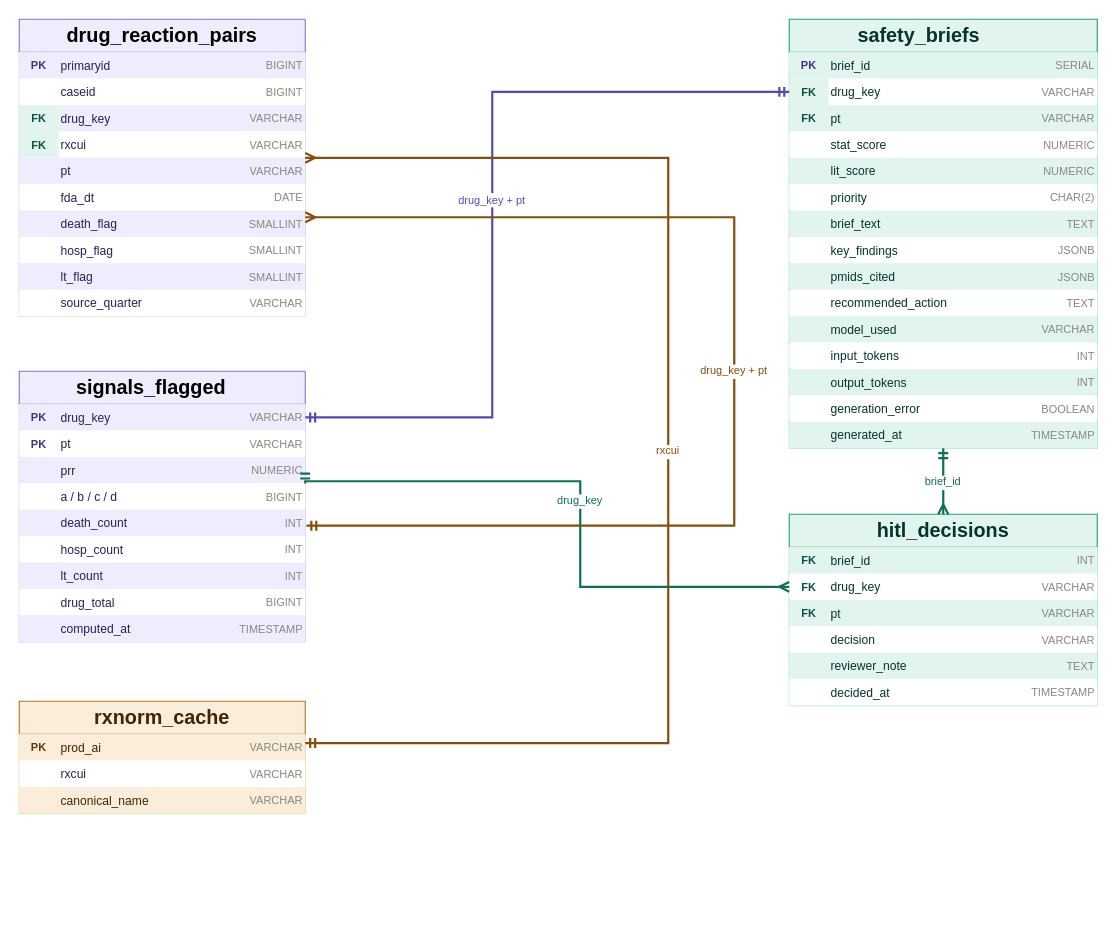
This is data/erd/MedSignal ERD.drawio from BigDataIA-Sat-Spring26-Team-2/Medsignal_Team2, a draw.io file, before an edit. Source tidied: cells renumbered, new cells numbered last; positions are measured from the earlier drawing's top-left corner, leaving out a move shared by most shapes. Both pictures are drawn from the tidied source at 110%, with x=0, y=0 at pixel (19, 19).
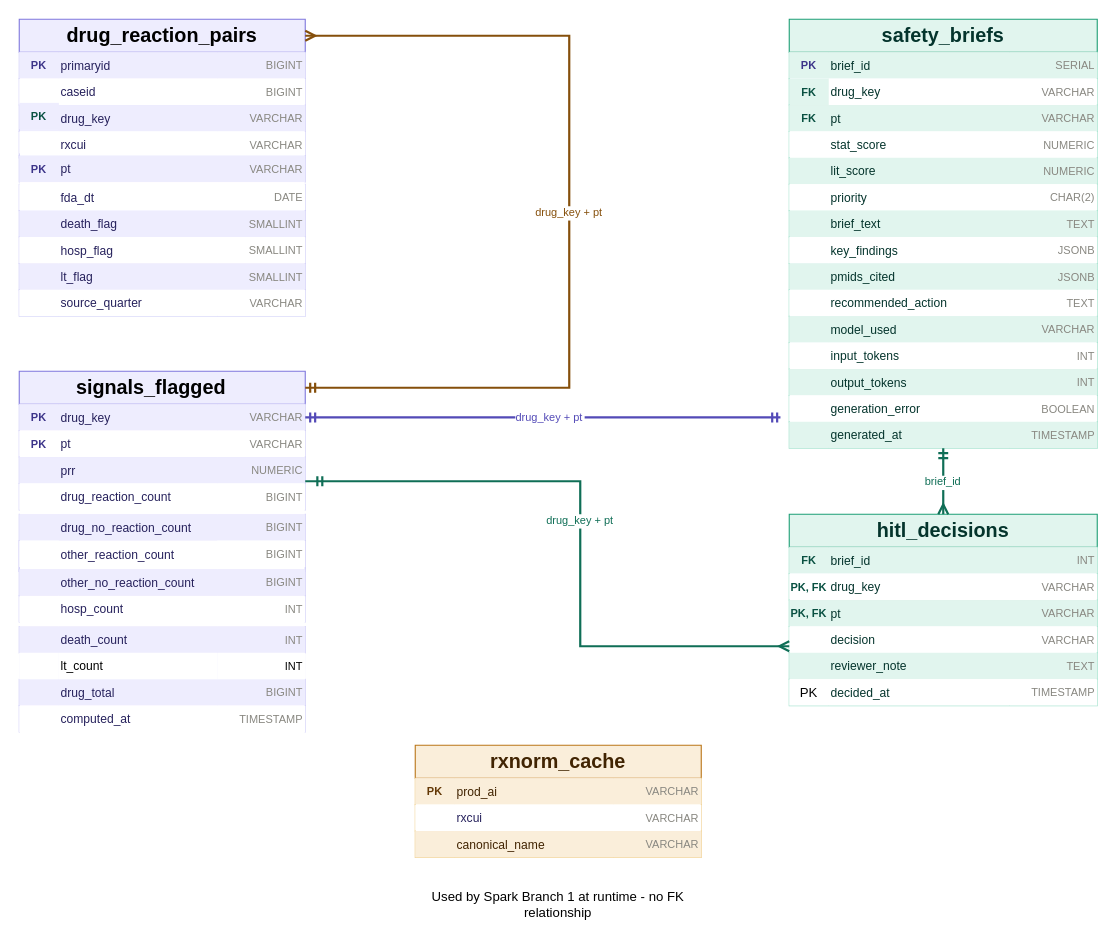
After the change.

The change refers to these unchanged cells:
```xml
<mxCell id="2" style="shape=tableRow;horizontal=0;startSize=0;swimlaneHead=1;swimlaneBody=0;fillColor=#EEEDFE;strokeColor=#7F77DD;fontStyle=1;align=center;fontColor=#26215C;fontSize=12;top=1;left=1;right=1;bottom=1;" parent="1" vertex="1">
  <mxGeometry width="260" height="30" as="geometry" />
</mxCell>
<mxCell id="12" style="shape=tableRow;horizontal=0;startSize=0;swimlaneHead=0;swimlaneBody=0;fillColor=#EEEDFE;strokeColor=#d0cef7;align=left;fontColor=#26215C;fontSize=11;top=0;left=1;right=1;bottom=0;" parent="1" vertex="1">
  <mxGeometry y="78" width="260" height="24" as="geometry" />
</mxCell>
<mxCell id="16" style="shape=tableRow;horizontal=0;startSize=0;swimlaneHead=0;swimlaneBody=0;fillColor=#ffffff;strokeColor=#d0cef7;align=left;fontColor=#26215C;fontSize=11;top=0;left=1;right=1;bottom=0;" parent="1" vertex="1">
  <mxGeometry y="102" width="260" height="24" as="geometry" />
</mxCell>
<mxCell id="44" style="shape=tableRow;horizontal=0;startSize=0;swimlaneHead=1;swimlaneBody=0;fillColor=#EEEDFE;strokeColor=#7F77DD;fontStyle=1;align=center;fontColor=#26215C;fontSize=12;top=1;left=1;right=1;bottom=1;" parent="1" vertex="1">
  <mxGeometry y="320" width="260" height="30" as="geometry" />
</mxCell>
<mxCell id="46" style="shape=tableRow;horizontal=0;startSize=0;swimlaneHead=0;swimlaneBody=0;fillColor=#EEEDFE;strokeColor=#d0cef7;top=0;left=1;right=1;bottom=0;" parent="1" vertex="1">
  <mxGeometry y="350" width="260" height="24" as="geometry" />
</mxCell>
<mxCell id="58" style="shape=tableRow;horizontal=0;startSize=0;swimlaneHead=0;swimlaneBody=0;fillColor=#ffffff;strokeColor=#d0cef7;top=0;left=1;right=1;bottom=0;" parent="1" vertex="1">
  <mxGeometry y="422" width="260" height="24" as="geometry" />
</mxCell>
<mxCell id="96" style="shape=tableRow;horizontal=0;startSize=0;swimlaneHead=1;swimlaneBody=0;fillColor=#E1F5EE;strokeColor=#1D9E75;fontStyle=1;align=center;fontColor=#04342C;fontSize=12;top=1;left=1;right=1;bottom=1;" parent="1" vertex="1">
  <mxGeometry x="700" width="280" height="30" as="geometry" />
</mxCell>
<mxCell id="102" style="shape=tableRow;horizontal=0;startSize=0;swimlaneHead=0;swimlaneBody=0;fillColor=#ffffff;strokeColor=#9FE1CB;top=0;left=1;right=1;bottom=0;" parent="1" vertex="1">
  <mxGeometry x="700" y="54" width="280" height="24" as="geometry" />
</mxCell>
<mxCell id="164" style="shape=tableRow;horizontal=0;startSize=0;swimlaneHead=0;swimlaneBody=0;fillColor=#ffffff;strokeColor=#9FE1CB;top=0;left=1;right=1;bottom=0;" parent="1" vertex="1">
  <mxGeometry x="700" y="504" width="280" height="24" as="geometry" />
</mxCell>
<mxCell id="168" style="shape=tableRow;horizontal=0;startSize=0;swimlaneHead=0;swimlaneBody=0;fillColor=#E1F5EE;strokeColor=#9FE1CB;top=0;left=1;right=1;bottom=0;" parent="1" vertex="1">
  <mxGeometry x="700" y="528" width="280" height="24" as="geometry" />
</mxCell>
<mxCell id="180" style="shape=tableRow;horizontal=0;startSize=0;swimlaneHead=0;swimlaneBody=0;fillColor=#ffffff;strokeColor=#9FE1CB;top=0;left=1;right=1;bottom=1;" parent="1" vertex="1">
  <mxGeometry x="700" y="600" width="280" height="24" as="geometry" />
</mxCell>
```

The edit, as a diff of the source:
```diff
@@
-<mxGraphModel>
+<mxGraphModel background="#ffffff">
@@
-    <mxCell id="13" value="FK" style="shape=partialRectangle;overflow=hidden;fillColor=#E1F5EE;strokeColor=none;fontStyle=1;fontSize=10;fontColor=#085041;align=center;" parent="12" vertex="1">
-      <mxGeometry width="36" height="24" as="geometry" />
+    <mxCell id="13" value="PK" style="shape=partialRectangle;overflow=hidden;fillColor=light-dark(#eeedfe, #11231d);strokeColor=none;fontStyle=1;fontSize=10;fontColor=#085041;align=center;labelBackgroundColor=none;" parent="12" vertex="1">
+      <mxGeometry y="-2" width="36" height="24" as="geometry" />
     </mxCell>
@@
-    <mxCell id="17" value="FK" style="shape=partialRectangle;overflow=hidden;fillColor=#E1F5EE;strokeColor=none;fontStyle=1;fontSize=10;fontColor=#085041;align=center;" parent="16" vertex="1">
-      <mxGeometry width="36" height="24" as="geometry" />
+    <mxCell id="17" style="shape=partialRectangle;overflow=hidden;fontStyle=1;fontSize=10;align=center;strokeColor=none;" parent="16" vertex="1">
+      <mxGeometry width="36" height="20" as="geometry" />
     </mxCell>
@@
-    <mxCell id="20" style="shape=tableRow;horizontal=0;startSize=0;swimlaneHead=0;swimlaneBody=0;fillColor=#EEEDFE;strokeColor=#d0cef7;align=left;top=0;left=1;right=1;bottom=0;" parent="1" vertex="1">
-      <mxGeometry y="126" width="260" height="24" as="geometry" />
-    </mxCell>
-    <mxCell id="21" style="shape=partialRectangle;overflow=hidden;fillColor=#EEEDFE;strokeColor=none;align=center;" parent="20" vertex="1">
-      <mxGeometry width="36" height="24" as="geometry" />
-    </mxCell>
-    <mxCell id="22" value="pt" style="shape=partialRectangle;overflow=hidden;fillColor=#EEEDFE;strokeColor=none;fontSize=11;fontColor=#26215C;align=left;" parent="20" vertex="1">
-      <mxGeometry x="36" width="144" height="24" as="geometry" />
-    </mxCell>
-    <mxCell id="23" value="VARCHAR" style="shape=partialRectangle;overflow=hidden;fillColor=#EEEDFE;strokeColor=none;fontSize=10;fontColor=#888780;align=right;" parent="20" vertex="1">
-      <mxGeometry x="180" width="80" height="24" as="geometry" />
-    </mxCell>
@@
-    <mxCell id="60" value="a / b / c / d" style="shape=partialRectangle;overflow=hidden;fillColor=#ffffff;strokeColor=none;fontSize=11;fontColor=#26215C;align=left;" parent="58" vertex="1">
+    <mxCell id="60" value="drug_reaction_count" style="shape=partialRectangle;overflow=hidden;fillColor=#ffffff;strokeColor=none;fontSize=11;fontColor=#26215C;align=left;" parent="58" vertex="1">
       <mxGeometry x="36" width="144" height="24" as="geometry" />
     </mxCell>
@@
     <mxCell id="62" style="shape=tableRow;horizontal=0;startSize=0;swimlaneHead=0;swimlaneBody=0;fillColor=#EEEDFE;strokeColor=#d0cef7;top=0;left=1;right=1;bottom=0;" parent="1" vertex="1">
-      <mxGeometry y="446" width="260" height="24" as="geometry" />
+      <mxGeometry y="552" width="260" height="24" as="geometry" />
     </mxCell>
@@
     <mxCell id="66" style="shape=tableRow;horizontal=0;startSize=0;swimlaneHead=0;swimlaneBody=0;fillColor=#ffffff;strokeColor=#d0cef7;top=0;left=1;right=1;bottom=0;" parent="1" vertex="1">
-      <mxGeometry y="470" width="260" height="24" as="geometry" />
+      <mxGeometry y="524" width="260" height="24" as="geometry" />
     </mxCell>
@@
     <mxCell id="70" style="shape=tableRow;horizontal=0;startSize=0;swimlaneHead=0;swimlaneBody=0;fillColor=#EEEDFE;strokeColor=#d0cef7;top=0;left=1;right=1;bottom=0;" parent="1" vertex="1">
-      <mxGeometry y="494" width="260" height="24" as="geometry" />
+      <mxGeometry y="600" width="260" height="24" as="geometry" />
     </mxCell>
@@
-    <mxCell id="72" value="lt_count" style="shape=partialRectangle;overflow=hidden;fillColor=#EEEDFE;strokeColor=none;fontSize=11;fontColor=#26215C;align=left;" parent="70" vertex="1">
+    <mxCell id="72" value="drug_total" style="shape=partialRectangle;overflow=hidden;fillColor=#EEEDFE;strokeColor=none;fontSize=11;fontColor=#26215C;align=left;" parent="70" vertex="1">
       <mxGeometry x="36" width="144" height="24" as="geometry" />
     </mxCell>
-    <mxCell id="73" value="INT" style="shape=partialRectangle;overflow=hidden;fillColor=#EEEDFE;strokeColor=none;fontSize=10;fontColor=#888780;align=right;" parent="70" vertex="1">
+    <mxCell id="73" value="BIGINT" style="shape=partialRectangle;overflow=hidden;fillColor=#EEEDFE;strokeColor=none;fontSize=10;fontColor=#888780;align=right;" parent="70" vertex="1">
       <mxGeometry x="180" width="80" height="24" as="geometry" />
     </mxCell>
     <mxCell id="74" style="shape=tableRow;horizontal=0;startSize=0;swimlaneHead=0;swimlaneBody=0;fillColor=#ffffff;strokeColor=#d0cef7;top=0;left=1;right=1;bottom=0;" parent="1" vertex="1">
-      <mxGeometry y="518" width="260" height="24" as="geometry" />
+      <mxGeometry y="624" width="260" height="24" as="geometry" />
     </mxCell>
@@
-    <mxCell id="76" value="drug_total" style="shape=partialRectangle;overflow=hidden;fillColor=#ffffff;strokeColor=none;fontSize=11;fontColor=#26215C;align=left;" parent="74" vertex="1">
+    <mxCell id="76" value="computed_at" style="shape=partialRectangle;overflow=hidden;fillColor=#ffffff;strokeColor=none;fontSize=11;fontColor=#26215C;align=left;" parent="74" vertex="1">
       <mxGeometry x="36" width="144" height="24" as="geometry" />
     </mxCell>
-    <mxCell id="77" value="BIGINT" style="shape=partialRectangle;overflow=hidden;fillColor=#ffffff;strokeColor=none;fontSize=10;fontColor=#888780;align=right;" parent="74" vertex="1">
+    <mxCell id="77" value="TIMESTAMP" style="shape=partialRectangle;overflow=hidden;fillColor=#ffffff;strokeColor=none;fontSize=10;fontColor=#888780;align=right;" parent="74" vertex="1">
       <mxGeometry x="180" width="80" height="24" as="geometry" />
     </mxCell>
-    <mxCell id="78" style="shape=tableRow;horizontal=0;startSize=0;swimlaneHead=0;swimlaneBody=0;fillColor=#EEEDFE;strokeColor=#d0cef7;top=0;left=1;right=1;bottom=1;" parent="1" vertex="1">
-      <mxGeometry y="542" width="260" height="24" as="geometry" />
-    </mxCell>
-    <mxCell id="79" style="shape=partialRectangle;overflow=hidden;fillColor=#EEEDFE;strokeColor=none;" parent="78" vertex="1">
-      <mxGeometry width="36" height="24" as="geometry" />
-    </mxCell>
-    <mxCell id="80" value="computed_at" style="shape=partialRectangle;overflow=hidden;fillColor=#EEEDFE;strokeColor=none;fontSize=11;fontColor=#26215C;align=left;" parent="78" vertex="1">
-      <mxGeometry x="36" width="144" height="24" as="geometry" />
-    </mxCell>
-    <mxCell id="81" value="TIMESTAMP" style="shape=partialRectangle;overflow=hidden;fillColor=#EEEDFE;strokeColor=none;fontSize=10;fontColor=#888780;align=right;" parent="78" vertex="1">
-      <mxGeometry x="180" width="80" height="24" as="geometry" />
-    </mxCell>
     <mxCell id="82" style="shape=tableRow;horizontal=0;startSize=0;swimlaneHead=1;swimlaneBody=0;fillColor=#FAEEDA;strokeColor=#BA7517;fontStyle=1;align=center;fontColor=#412402;fontSize=12;top=1;left=1;right=1;bottom=1;" parent="1" vertex="1">
-      <mxGeometry y="620" width="260" height="30" as="geometry" />
+      <mxGeometry x="360" y="660" width="260" height="30" as="geometry" />
     </mxCell>
@@
     <mxCell id="84" style="shape=tableRow;horizontal=0;startSize=0;swimlaneHead=0;swimlaneBody=0;fillColor=#FAEEDA;strokeColor=#f0d090;top=0;left=1;right=1;bottom=0;" parent="1" vertex="1">
-      <mxGeometry y="650" width="260" height="24" as="geometry" />
+      <mxGeometry x="360" y="690" width="260" height="24" as="geometry" />
     </mxCell>
@@
     <mxCell id="88" style="shape=tableRow;horizontal=0;startSize=0;swimlaneHead=0;swimlaneBody=0;fillColor=#ffffff;strokeColor=#f0d090;top=0;left=1;right=1;bottom=0;" parent="1" vertex="1">
-      <mxGeometry y="674" width="260" height="24" as="geometry" />
+      <mxGeometry x="360" y="714" width="260" height="24" as="geometry" />
     </mxCell>
@@
     <mxCell id="92" style="shape=tableRow;horizontal=0;startSize=0;swimlaneHead=0;swimlaneBody=0;fillColor=#FAEEDA;strokeColor=#f0d090;top=0;left=1;right=1;bottom=1;" parent="1" vertex="1">
-      <mxGeometry y="698" width="260" height="24" as="geometry" />
+      <mxGeometry x="360" y="738" width="260" height="24" as="geometry" />
     </mxCell>
@@
     <mxCell id="97" value="&lt;span style=&quot;color: rgb(4, 52, 44); text-wrap-mode: nowrap;&quot;&gt;&lt;b&gt;&lt;font style=&quot;font-size: 18px;&quot;&gt;safety_briefs&lt;/font&gt;&lt;/b&gt;&lt;/span&gt;" style="text;html=1;whiteSpace=wrap;strokeColor=none;fillColor=none;align=center;verticalAlign=middle;rounded=0;" parent="96" vertex="1">
-      <mxGeometry x="88" width="60" height="30" as="geometry" />
+      <mxGeometry x="110" width="60" height="30" as="geometry" />
     </mxCell>
@@
-    <mxCell id="165" value="FK" style="shape=partialRectangle;overflow=hidden;fillColor=#ffffff;strokeColor=none;fontStyle=1;fontSize=10;fontColor=#085041;align=center;" parent="164" vertex="1">
+    <mxCell id="165" value="PK, FK" style="shape=partialRectangle;overflow=hidden;fillColor=#ffffff;strokeColor=none;fontStyle=1;fontSize=10;fontColor=#085041;align=center;" parent="164" vertex="1">
       <mxGeometry width="36" height="24" as="geometry" />
     </mxCell>
@@
-    <mxCell id="169" value="FK" style="shape=partialRectangle;overflow=hidden;fillColor=#E1F5EE;strokeColor=none;fontStyle=1;fontSize=10;fontColor=#085041;align=center;" parent="168" vertex="1">
+    <mxCell id="169" value="PK, FK" style="shape=partialRectangle;overflow=hidden;fillColor=#E1F5EE;strokeColor=none;fontStyle=1;fontSize=10;fontColor=#085041;align=center;" parent="168" vertex="1">
       <mxGeometry width="36" height="24" as="geometry" />
     </mxCell>
@@
-    <mxCell id="181" style="shape=partialRectangle;overflow=hidden;fillColor=#ffffff;strokeColor=none;" parent="180" vertex="1">
+    <mxCell id="181" value="PK" style="shape=partialRectangle;overflow=hidden;fillColor=#ffffff;strokeColor=none;" parent="180" vertex="1">
       <mxGeometry width="36" height="24" as="geometry" />
     </mxCell>
@@
-    <mxCell id="184" value="drug_key + pt" style="edgeStyle=orthogonalEdgeStyle;rounded=0;jettySize=auto;exitX=1;exitY=0.5;exitDx=0;exitDy=0;entryX=0;entryY=0.5;entryDx=0;entryDy=0;strokeColor=#534AB7;strokeWidth=2;fontColor=#534AB7;fontSize=10;endArrow=ERmandOne;endFill=0;startArrow=ERmandOne;startFill=0;" parent="1" edge="1" source="46" target="102">
+    <mxCell id="184" value="drug_key + pt" style="edgeStyle=orthogonalEdgeStyle;rounded=0;jettySize=auto;exitX=1;exitY=0.5;exitDx=0;exitDy=0;strokeColor=#534AB7;strokeWidth=2;fontColor=#534AB7;fontSize=10;endArrow=ERmandOne;endFill=0;startArrow=ERmandOne;startFill=0;" parent="1" edge="1" source="46">
       <mxGeometry relative="1" as="geometry">
+        <mxPoint x="680" y="362" as="targetPoint" />
         <Array as="points">
-          <mxPoint x="430" y="362" />
-          <mxPoint x="430" y="66" />
+          <mxPoint x="692" y="362" />
         </Array>
       </mxGeometry>
     </mxCell>
@@
-    <mxCell id="186" value="rxcui" style="edgeStyle=orthogonalEdgeStyle;rounded=0;orthogonalLoop=1;jettySize=auto;entryX=1;entryY=0;entryDx=0;entryDy=0;strokeColor=#854F0B;strokeWidth=2;fontColor=#854F0B;fontSize=10;endArrow=ERmany;endFill=0;startArrow=ERmandOne;startFill=0;" parent="1" edge="1">
-      <mxGeometry relative="1" as="geometry">
-        <mxPoint x="260" y="658" as="sourcePoint" />
-        <mxPoint x="260" y="126" as="targetPoint" />
-        <Array as="points">
-          <mxPoint x="590" y="658" />
-          <mxPoint x="590" y="126" />
-        </Array>
-      </mxGeometry>
-    </mxCell>
-    <mxCell id="187" value="drug_key" style="edgeStyle=orthogonalEdgeStyle;rounded=0;jettySize=auto;exitX=1;exitY=0;exitDx=0;exitDy=0;entryX=0;entryY=0.5;entryDx=0;entryDy=0;strokeColor=#0F6E56;strokeWidth=2;fontColor=#0F6E56;fontSize=10;endArrow=ERmany;endFill=0;startArrow=ERmandOne;startFill=0;" parent="1" edge="1" source="58" target="164">
+    <mxCell id="187" value="drug_key + pt" style="edgeStyle=orthogonalEdgeStyle;rounded=0;orthogonalLoop=1;jettySize=auto;strokeColor=#0F6E56;strokeWidth=2;fontColor=#0F6E56;fontSize=10;endArrow=ERmany;endFill=0;startArrow=ERmandOne;startFill=0;" parent="1" edge="1">
       <mxGeometry relative="1" as="geometry">
+        <mxPoint x="280" y="420" as="sourcePoint" />
+        <mxPoint x="700" y="570" as="targetPoint" />
         <Array as="points">
           <mxPoint x="260" y="420" />
           <mxPoint x="510" y="420" />
-          <mxPoint x="510" y="516" />
+          <mxPoint x="510" y="570" />
         </Array>
       </mxGeometry>
     </mxCell>
-    <mxCell id="188" value="drug_key + pt" style="edgeStyle=orthogonalEdgeStyle;rounded=0;jettySize=auto;entryX=1;entryY=0;entryDx=0;entryDy=0;strokeColor=#854F0B;strokeWidth=2;fontColor=#854F0B;fontSize=10;endArrow=ERmany;endFill=0;startArrow=ERmandOne;startFill=0;exitX=1.004;exitY=-0.399;exitDx=0;exitDy=0;exitPerimeter=0;" parent="1" edge="1" source="66">
+    <mxCell id="188" value="drug_key + pt" style="edgeStyle=orthogonalEdgeStyle;rounded=0;jettySize=auto;entryX=1;entryY=0.5;entryDx=0;entryDy=0;strokeColor=#854F0B;strokeWidth=2;fontColor=#854F0B;fontSize=10;endArrow=ERmany;endFill=0;startArrow=ERmandOne;startFill=0;exitX=1;exitY=0.5;exitDx=0;exitDy=0;" parent="1" edge="1" source="44" target="2">
       <mxGeometry relative="1" as="geometry">
-        <mxPoint x="260" y="180" as="targetPoint" />
         <Array as="points">
-          <mxPoint x="650" y="460" />
-          <mxPoint x="650" y="180" />
+          <mxPoint x="500" y="335" />
+          <mxPoint x="500" y="15" />
         </Array>
       </mxGeometry>
     </mxCell>
+    <mxCell id="189" style="shape=tableRow;horizontal=0;startSize=0;swimlaneHead=0;swimlaneBody=0;fillColor=#EEEDFE;strokeColor=#d0cef7;align=left;fontColor=#26215C;fontSize=11;top=0;left=1;right=1;bottom=0;" parent="1" vertex="1">
+      <mxGeometry y="124" width="260" height="24" as="geometry" />
+    </mxCell>
+    <mxCell id="190" value="PK" style="shape=partialRectangle;overflow=hidden;fillColor=#EEEDFE;strokeColor=none;fontStyle=1;fontSize=10;fontColor=#3C3489;align=center;" parent="189" vertex="1">
+      <mxGeometry width="36" height="24" as="geometry" />
+    </mxCell>
+    <mxCell id="22" value="pt" style="shape=partialRectangle;overflow=hidden;fillColor=#EEEDFE;strokeColor=none;fontSize=11;fontColor=#26215C;align=left;" parent="189" vertex="1">
+      <mxGeometry x="36" width="144" height="24" as="geometry" />
+    </mxCell>
+    <mxCell id="23" value="VARCHAR" style="shape=partialRectangle;overflow=hidden;fillColor=#EEEDFE;strokeColor=none;fontSize=10;fontColor=#888780;align=right;" parent="189" vertex="1">
+      <mxGeometry x="180" width="80" height="24" as="geometry" />
+    </mxCell>
+    <mxCell id="191" value="Used by Spark Branch 1 at runtime - no FK relationship" style="text;html=1;whiteSpace=wrap;strokeColor=none;fillColor=none;align=center;verticalAlign=middle;rounded=0;" parent="1" vertex="1">
+      <mxGeometry x="370" y="790" width="240" height="30" as="geometry" />
+    </mxCell>
+    <mxCell id="192" style="shape=tableRow;horizontal=0;startSize=0;swimlaneHead=0;swimlaneBody=0;fillColor=#EEEDFE;strokeColor=#d0cef7;top=0;left=1;right=1;bottom=0;" parent="1" vertex="1">
+      <mxGeometry y="450" width="260" height="52" as="geometry" />
+    </mxCell>
+    <mxCell id="193" style="shape=partialRectangle;overflow=hidden;fillColor=#EEEDFE;strokeColor=none;" parent="192" vertex="1">
+      <mxGeometry width="36" height="24" as="geometry" />
+    </mxCell>
+    <mxCell id="194" value="drug_no_reaction_count" style="shape=partialRectangle;overflow=hidden;fillColor=#EEEDFE;strokeColor=none;fontSize=11;fontColor=#26215C;align=left;" parent="192" vertex="1">
+      <mxGeometry x="36" width="144" height="24" as="geometry" />
+    </mxCell>
+    <mxCell id="195" value="BIGINT" style="shape=partialRectangle;overflow=hidden;fillColor=#EEEDFE;strokeColor=none;fontSize=10;fontColor=#888780;align=right;" parent="192" vertex="1">
+      <mxGeometry x="180" width="80" height="24" as="geometry" />
+    </mxCell>
+    <mxCell id="196" style="shape=tableRow;horizontal=0;startSize=0;swimlaneHead=0;swimlaneBody=0;fillColor=#ffffff;strokeColor=#d0cef7;top=0;left=1;right=1;bottom=0;" parent="192" vertex="1">
+      <mxGeometry y="24" width="260" height="28" as="geometry" />
+    </mxCell>
+    <mxCell id="197" style="shape=partialRectangle;overflow=hidden;fillColor=#ffffff;strokeColor=none;" parent="196" vertex="1">
+      <mxGeometry width="36" height="24" as="geometry" />
+    </mxCell>
+    <mxCell id="198" value="BIGINT" style="shape=partialRectangle;overflow=hidden;fillColor=#ffffff;strokeColor=none;fontSize=10;fontColor=#888780;align=right;" parent="196" vertex="1">
+      <mxGeometry x="180" width="80" height="24" as="geometry" />
+    </mxCell>
+    <mxCell id="199" value="other_reaction_count" style="shape=partialRectangle;overflow=hidden;fillColor=#ffffff;strokeColor=none;fontSize=11;fontColor=#26215C;align=left;" parent="196" vertex="1">
+      <mxGeometry x="36" y="1" width="144" height="24" as="geometry" />
+    </mxCell>
+    <mxCell id="200" style="shape=tableRow;horizontal=0;startSize=0;swimlaneHead=0;swimlaneBody=0;fillColor=#EEEDFE;strokeColor=#d0cef7;top=0;left=1;right=1;bottom=0;" parent="1" vertex="1">
+      <mxGeometry y="500" width="260" height="24" as="geometry" />
+    </mxCell>
+    <mxCell id="201" style="shape=partialRectangle;overflow=hidden;fillColor=#EEEDFE;strokeColor=none;" parent="200" vertex="1">
+      <mxGeometry width="36" height="24" as="geometry" />
+    </mxCell>
+    <mxCell id="202" value="other_no_reaction_count" style="shape=partialRectangle;overflow=hidden;fillColor=#EEEDFE;strokeColor=none;fontSize=11;fontColor=#26215C;align=left;" parent="200" vertex="1">
+      <mxGeometry x="36" width="144" height="24" as="geometry" />
+    </mxCell>
+    <mxCell id="203" value="BIGINT" style="shape=partialRectangle;overflow=hidden;fillColor=#EEEDFE;strokeColor=none;fontSize=10;fontColor=#888780;align=right;" parent="200" vertex="1">
+      <mxGeometry x="180" width="80" height="24" as="geometry" />
+    </mxCell>
+    <mxCell id="204" style="shape=tableRow;horizontal=0;startSize=0;swimlaneHead=0;swimlaneBody=0;fillColor=#EEEDFE;strokeColor=none;top=0;left=1;right=1;bottom=0;" parent="1" vertex="1">
+      <mxGeometry y="576" width="260" height="24" as="geometry" />
+    </mxCell>
+    <mxCell id="205" style="shape=partialRectangle;overflow=hidden;strokeColor=none;" parent="204" vertex="1">
+      <mxGeometry width="36" height="24" as="geometry" />
+    </mxCell>
+    <mxCell id="206" value="lt_count" style="shape=partialRectangle;overflow=hidden;fontSize=11;align=left;strokeColor=none;" parent="204" vertex="1">
+      <mxGeometry x="36" width="144" height="24" as="geometry" />
+    </mxCell>
+    <mxCell id="207" value="INT" style="shape=partialRectangle;overflow=hidden;fontSize=10;align=right;strokeColor=none;fontStyle=0;" parent="204" vertex="1">
+      <mxGeometry x="180" width="80" height="24" as="geometry" />
+    </mxCell>
```
